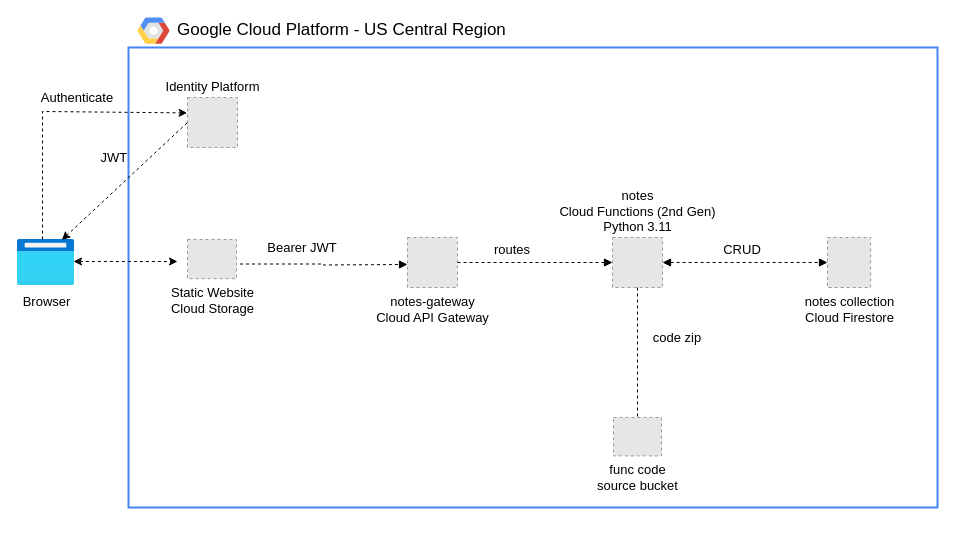
mamonaco1973/gcp-identity-app keeps this draw.io diagram as gcp-identity-app.drawio. Above is the earlier version. Source tidied: cells renumbered, new cells numbered last; positions are measured from the earlier drawing's top-left corner, leaving out a move shared by most shapes. Both pictures are drawn from the tidied source at 100%, with x=0, y=0 at pixel (17, 17). Pictures stored in the file or linked from it are replaced by grey dashed boxes.
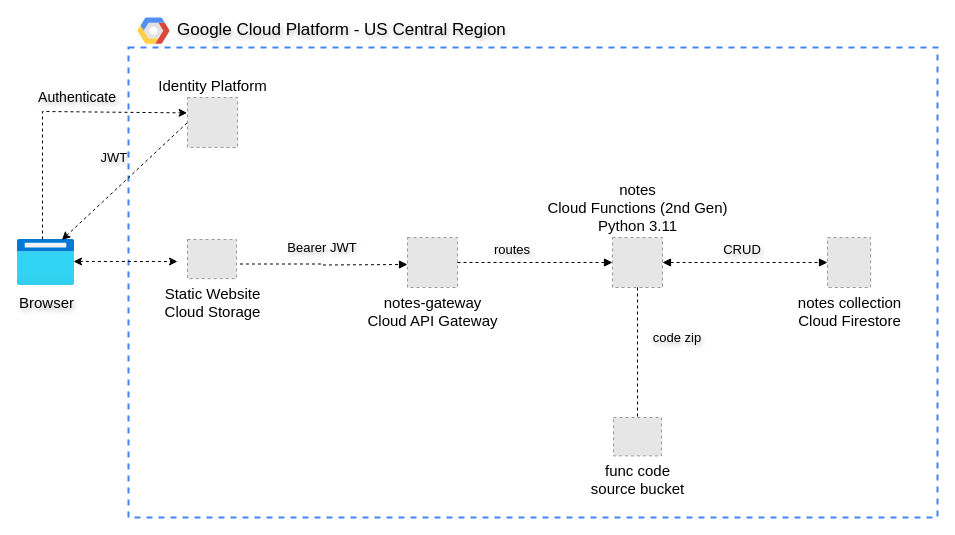
Above is the later version.

What changed in the source:
```diff
@@
-    <mxCell id="2" value="d" style="whiteSpace=wrap;fillColor=none;rounded=0;labelBackgroundColor=none;fontColor=none;noLabel=1;strokeColor=#4285F4;strokeWidth=2;dashed=0;fontSize=13;" parent="1" vertex="1">
-      <mxGeometry x="111" y="30" width="809" height="460" as="geometry" />
+    <mxCell id="2" value="d" style="whiteSpace=wrap;fillColor=none;rounded=0;labelBackgroundColor=none;fontColor=none;noLabel=1;strokeColor=#4285F4;strokeWidth=2;dashed=1;fontSize=13;" parent="1" vertex="1">
+      <mxGeometry x="111" y="30" width="809" height="470" as="geometry" />
     </mxCell>
-    <mxCell id="3" value="Google Cloud Platform - US Central Region" style="shape=mxgraph.gcp2.google_cloud_platform;fillColor=#F6F6F6;strokeColor=none;shadow=0;gradientColor=none;html=1;align=left;fontSize=17;labelPosition=right;verticalLabelPosition=middle;verticalAlign=middle;spacing=8;" parent="1" vertex="1">
+    <mxCell id="3" value="Google Cloud Platform - US Central Region" style="shape=mxgraph.gcp2.google_cloud_platform;fillColor=#F6F6F6;strokeColor=none;shadow=0;gradientColor=none;html=1;align=left;fontSize=17;labelPosition=right;verticalLabelPosition=middle;verticalAlign=middle;spacing=8;textShadow=1;" parent="1" vertex="1">
       <mxGeometry x="120" width="32" height="26.2" as="geometry" />
     </mxCell>
-    <mxCell id="4" value="Browser" style="image;html=1;points=[];align=center;fontSize=13;image=img/lib/azure2/general/Browser.svg;labelBackgroundColor=none;verticalLabelPosition=bottom;verticalAlign=top;" parent="1" vertex="1">
+    <mxCell id="4" value="Browser" style="image;html=1;points=[];align=center;fontSize=15;image=img/lib/azure2/general/Browser.svg;labelBackgroundColor=none;verticalLabelPosition=bottom;verticalAlign=top;textShadow=1;" parent="1" vertex="1">
       <mxGeometry y="220" width="57" height="50" as="geometry" />
     </mxCell>
-    <mxCell id="5" value="Identity Platform" style="fillColor=#E6E6E6;strokeColor=#999999;dashed=1;html=1;verticalLabelPosition=top;labelBackgroundColor=none;verticalAlign=bottom;fontStyle=0;fontColor=#000000;fontSize=13;align=center;labelPosition=center;" parent="1" vertex="1">
+    <mxCell id="5" value="&lt;span&gt;Identity Platform&lt;/span&gt;" style="fillColor=#E6E6E6;strokeColor=#999999;dashed=1;html=1;verticalLabelPosition=top;labelBackgroundColor=none;verticalAlign=bottom;fontStyle=0;fontColor=#000000;fontSize=15;align=center;labelPosition=center;" parent="1" vertex="1">
       <mxGeometry x="170" y="80" width="50" height="50" as="geometry" />
     </mxCell>
-    <mxCell id="6" value="notes-gateway&#10;Cloud API Gateway" style="fillColor=#E6E6E6;strokeColor=#999999;dashed=1;html=1;verticalLabelPosition=bottom;labelBackgroundColor=none;verticalAlign=top;fontStyle=0;fontColor=#000000;fontSize=13;align=center;" parent="1" vertex="1">
+    <mxCell id="6" value="notes-gateway&#10;Cloud API Gateway" style="fillColor=#E6E6E6;strokeColor=#999999;dashed=1;html=1;verticalLabelPosition=bottom;labelBackgroundColor=none;verticalAlign=top;fontStyle=0;fontColor=#000000;fontSize=15;align=center;" parent="1" vertex="1">
       <mxGeometry x="390" y="220" width="50" height="50" as="geometry" />
     </mxCell>
-    <mxCell id="7" value="notes&#10;Cloud Functions (2nd Gen)&#10;Python 3.11" style="fillColor=#E6E6E6;strokeColor=#999999;dashed=1;html=1;verticalLabelPosition=top;labelBackgroundColor=none;verticalAlign=bottom;fontStyle=0;fontColor=#000000;fontSize=13;align=center;labelPosition=center;" parent="1" vertex="1">
+    <mxCell id="7" value="notes&#10;Cloud Functions (2nd Gen)&#10;Python 3.11" style="fillColor=#E6E6E6;strokeColor=#999999;dashed=1;html=1;verticalLabelPosition=top;labelBackgroundColor=none;verticalAlign=bottom;fontStyle=0;fontColor=#000000;fontSize=15;align=center;labelPosition=center;" parent="1" vertex="1">
       <mxGeometry x="595" y="220" width="50" height="50" as="geometry" />
     </mxCell>
-    <mxCell id="8" value="notes collection&#10;Cloud Firestore" style="fillColor=#E6E6E6;strokeColor=#999999;dashed=1;html=1;verticalLabelPosition=bottom;labelBackgroundColor=none;verticalAlign=top;fontStyle=0;fontColor=#000000;fontSize=13;align=center;" parent="1" vertex="1">
+    <mxCell id="8" value="notes collection&#10;Cloud Firestore" style="fillColor=#E6E6E6;strokeColor=#999999;dashed=1;html=1;verticalLabelPosition=bottom;labelBackgroundColor=none;verticalAlign=top;fontStyle=0;fontColor=#000000;fontSize=15;align=center;" parent="1" vertex="1">
       <mxGeometry x="810" y="220" width="43.1" height="50" as="geometry" />
     </mxCell>
-    <mxCell id="9" value="func code&#10;source bucket" style="fillColor=#E6E6E6;strokeColor=#999999;dashed=1;html=1;verticalLabelPosition=bottom;labelBackgroundColor=none;verticalAlign=top;fontStyle=0;fontColor=#000000;fontSize=13;align=center;" parent="1" vertex="1">
+    <mxCell id="9" value="func code&#10;source bucket" style="fillColor=#E6E6E6;strokeColor=#999999;dashed=1;html=1;verticalLabelPosition=bottom;labelBackgroundColor=none;verticalAlign=top;fontStyle=0;fontColor=#000000;fontSize=15;align=center;" parent="1" vertex="1">
       <mxGeometry x="596" y="400" width="48" height="38.4" as="geometry" />
     </mxCell>
-    <mxCell id="10" value="&lt;font style=&quot;font-size: 13px;&quot;&gt;Authenticate&lt;/font&gt;" style="text;html=1;strokeColor=none;fillColor=none;align=center;verticalAlign=middle;whiteSpace=wrap;fontSize=11;" parent="1" vertex="1">
+    <mxCell id="10" value="&lt;font&gt;Authenticate&lt;/font&gt;" style="text;html=1;strokeColor=none;fillColor=none;align=center;verticalAlign=middle;whiteSpace=wrap;fontSize=14;fontStyle=0;textShadow=1;" parent="1" vertex="1">
       <mxGeometry y="70" width="120" height="20" as="geometry" />
     </mxCell>
@@
-    <mxCell id="12" value="Bearer JWT" style="text;html=1;strokeColor=none;fillColor=none;align=center;verticalAlign=middle;whiteSpace=wrap;fontSize=13;dashed=1;" parent="1" vertex="1">
-      <mxGeometry x="240" y="220" width="90" height="20" as="geometry" />
+    <mxCell id="12" value="Bearer JWT" style="text;html=1;strokeColor=none;fillColor=none;align=center;verticalAlign=middle;whiteSpace=wrap;fontSize=13;dashed=1;textShadow=1;" parent="1" vertex="1">
+      <mxGeometry x="260" y="220" width="90" height="20" as="geometry" />
     </mxCell>
@@
-    <mxCell id="14" value="routes" style="text;html=1;strokeColor=none;fillColor=none;align=center;verticalAlign=middle;whiteSpace=wrap;fontSize=13;" parent="1" vertex="1">
+    <mxCell id="14" value="routes" style="text;html=1;strokeColor=none;fillColor=none;align=center;verticalAlign=middle;whiteSpace=wrap;fontSize=13;textShadow=1;" parent="1" vertex="1">
       <mxGeometry x="440" y="222" width="110" height="20" as="geometry" />
     </mxCell>
@@
-    <mxCell id="16" value="CRUD" style="text;html=1;strokeColor=none;fillColor=none;align=center;verticalAlign=middle;whiteSpace=wrap;fontSize=13;" parent="1" vertex="1">
+    <mxCell id="16" value="CRUD" style="text;html=1;strokeColor=none;fillColor=none;align=center;verticalAlign=middle;whiteSpace=wrap;fontSize=13;textShadow=1;" parent="1" vertex="1">
       <mxGeometry x="670" y="222" width="110" height="20" as="geometry" />
     </mxCell>
@@
-    <mxCell id="18" value="&lt;font style=&quot;font-size: 13px;&quot;&gt;code zip&lt;/font&gt;" style="text;html=1;strokeColor=none;fillColor=none;align=center;verticalAlign=middle;whiteSpace=wrap;fontSize=11;" parent="1" vertex="1">
+    <mxCell id="18" value="&lt;font style=&quot;font-size: 13px;&quot;&gt;code zip&lt;/font&gt;" style="text;html=1;strokeColor=none;fillColor=none;align=center;verticalAlign=middle;whiteSpace=wrap;fontSize=11;textShadow=1;" parent="1" vertex="1">
       <mxGeometry x="630" y="310" width="60" height="20" as="geometry" />
     </mxCell>
@@
-    <mxCell id="20" value="Static Website&lt;div&gt;Cloud Storage&lt;/div&gt;" style="fillColor=#E6E6E6;strokeColor=#999999;dashed=1;html=1;verticalLabelPosition=bottom;labelBackgroundColor=none;verticalAlign=top;fontStyle=0;fontColor=#000000;fontSize=13;align=center;" parent="1" vertex="1">
+    <mxCell id="20" value="Static Website&lt;div&gt;Cloud Storage&lt;/div&gt;" style="fillColor=#E6E6E6;strokeColor=#999999;dashed=1;html=1;verticalLabelPosition=bottom;labelBackgroundColor=none;verticalAlign=top;fontStyle=0;fontColor=#000000;fontSize=15;align=center;" parent="1" vertex="1">
       <mxGeometry x="170" y="222" width="49" height="39.2" as="geometry" />
     </mxCell>
@@
-    <mxCell id="23" value="&amp;nbsp;JWT" style="text;html=1;strokeColor=none;fillColor=none;align=center;verticalAlign=middle;whiteSpace=wrap;fontSize=13;dashed=1;" parent="1" vertex="1">
+    <mxCell id="23" value="&amp;nbsp;JWT" style="text;html=1;strokeColor=none;fillColor=none;align=center;verticalAlign=middle;whiteSpace=wrap;fontSize=13;dashed=1;fontStyle=0;textShadow=1;" parent="1" vertex="1">
       <mxGeometry x="50" y="130" width="90" height="20" as="geometry" />
     </mxCell>
```
